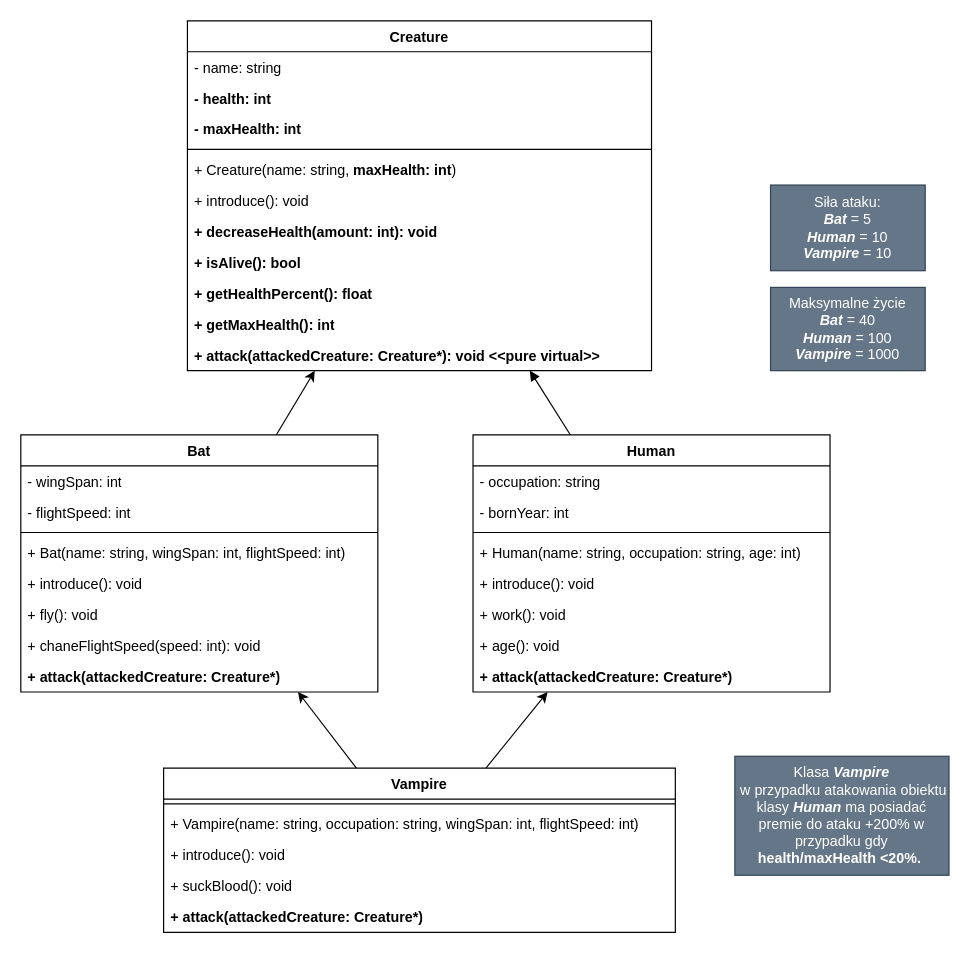
Before: assets/vampireExtended.drawio in Kajkitsu/po, a draw.io diagram. Source tidied: cells renumbered, new cells numbered last; positions are measured from the earlier drawing's top-left corner, leaving out a move shared by most shapes. Both pictures are drawn from the tidied source at 119%, with x=0, y=0 at pixel (20, 20).
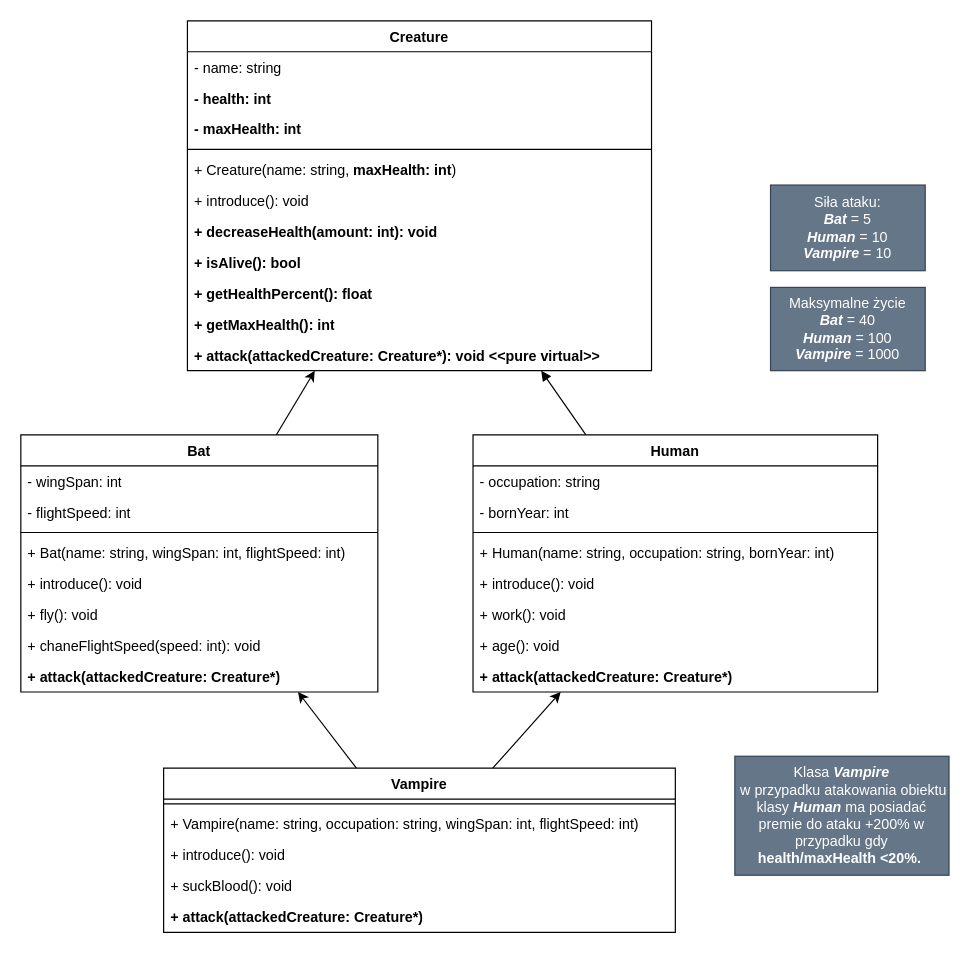
Above is the later version.

Change to the diagram source:
```diff
@@
     <mxCell id="15" value="Human" style="swimlane;fontStyle=1;align=center;verticalAlign=top;horizontal=1;startSize=26;whiteSpace=wrap;html=1;" parent="1" vertex="1">
-      <mxGeometry x="380" y="348" width="300" height="216" as="geometry" />
+      <mxGeometry x="380" y="348" width="340" height="216" as="geometry" />
     </mxCell>
     <mxCell id="16" value="- occupation: string" style="text;strokeColor=none;fillColor=none;align=left;verticalAlign=top;spacingLeft=4;spacingRight=4;overflow=hidden;whiteSpace=wrap;html=1;" parent="15" vertex="1">
-      <mxGeometry y="26" width="300" height="26" as="geometry" />
+      <mxGeometry y="26" width="340" height="26" as="geometry" />
     </mxCell>
     <mxCell id="17" value="- bornYear: int" style="text;strokeColor=none;fillColor=none;align=left;verticalAlign=top;spacingLeft=4;spacingRight=4;overflow=hidden;whiteSpace=wrap;html=1;" parent="15" vertex="1">
-      <mxGeometry y="52" width="300" height="26" as="geometry" />
+      <mxGeometry y="52" width="340" height="26" as="geometry" />
     </mxCell>
     <mxCell id="18" style="line;strokeWidth=1;fillColor=none;align=left;verticalAlign=middle;spacingTop=-1;spacingLeft=3;spacingRight=3;labelPosition=right;strokeColor=inherit;" parent="15" vertex="1">
-      <mxGeometry y="78" width="300" height="8" as="geometry" />
+      <mxGeometry y="78" width="340" height="8" as="geometry" />
     </mxCell>
-    <mxCell id="19" value="+ Human(name: string, occupation: string, age: int)" style="text;strokeColor=none;fillColor=none;align=left;verticalAlign=top;spacingLeft=4;spacingRight=4;overflow=hidden;whiteSpace=wrap;html=1;" parent="15" vertex="1">
-      <mxGeometry y="86" width="300" height="26" as="geometry" />
+    <mxCell id="19" value="+ Human(name: string, occupation: string, bornYear: int)" style="text;strokeColor=none;fillColor=none;align=left;verticalAlign=top;spacingLeft=4;spacingRight=4;overflow=hidden;whiteSpace=wrap;html=1;" parent="15" vertex="1">
+      <mxGeometry y="86" width="340" height="26" as="geometry" />
     </mxCell>
     <mxCell id="20" value="+ introduce(): void" style="text;strokeColor=none;fillColor=none;align=left;verticalAlign=top;spacingLeft=4;spacingRight=4;overflow=hidden;whiteSpace=wrap;html=1;" parent="15" vertex="1">
-      <mxGeometry y="112" width="300" height="26" as="geometry" />
+      <mxGeometry y="112" width="340" height="26" as="geometry" />
     </mxCell>
     <mxCell id="21" value="+ work(): void" style="text;strokeColor=none;fillColor=none;align=left;verticalAlign=top;spacingLeft=4;spacingRight=4;overflow=hidden;whiteSpace=wrap;html=1;" parent="15" vertex="1">
-      <mxGeometry y="138" width="300" height="26" as="geometry" />
+      <mxGeometry y="138" width="340" height="26" as="geometry" />
     </mxCell>
     <mxCell id="22" value="+ age(): void" style="text;strokeColor=none;fillColor=none;align=left;verticalAlign=top;spacingLeft=4;spacingRight=4;overflow=hidden;whiteSpace=wrap;html=1;" parent="15" vertex="1">
-      <mxGeometry y="164" width="300" height="26" as="geometry" />
+      <mxGeometry y="164" width="340" height="26" as="geometry" />
     </mxCell>
     <mxCell id="23" value="&lt;b&gt;+ attack(attackedCreature: Creature*)&lt;/b&gt;" style="text;strokeColor=none;fillColor=none;align=left;verticalAlign=top;spacingLeft=4;spacingRight=4;overflow=hidden;whiteSpace=wrap;html=1;" parent="15" vertex="1">
-      <mxGeometry y="190" width="300" height="26" as="geometry" />
+      <mxGeometry y="190" width="340" height="26" as="geometry" />
     </mxCell>
```
